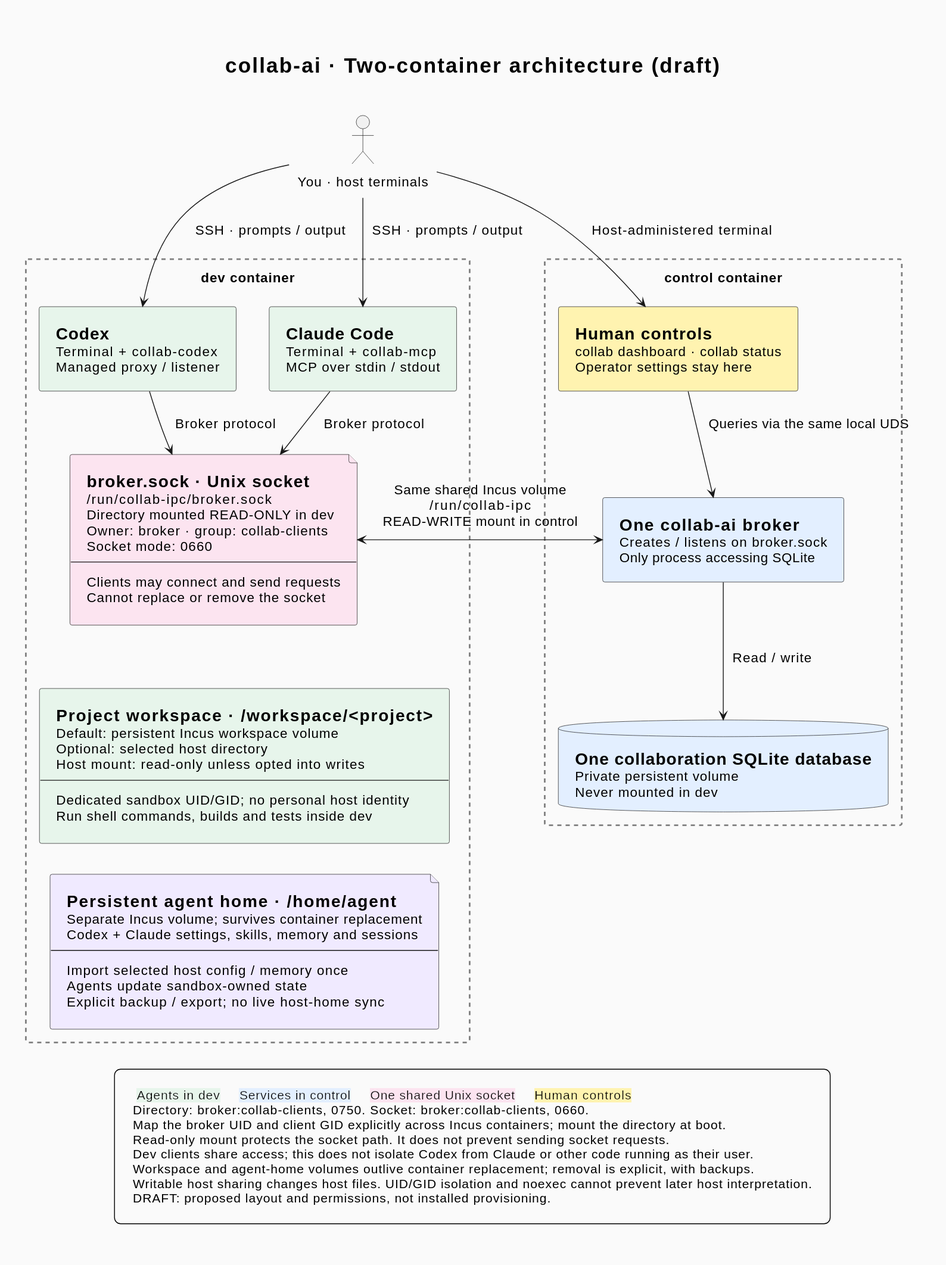
This is docs/assets/architecture.svg from makarski/collab-ai, a PlantUML export, as it was before one commit. Its source is kept beside it as docs/assets/architecture.puml.
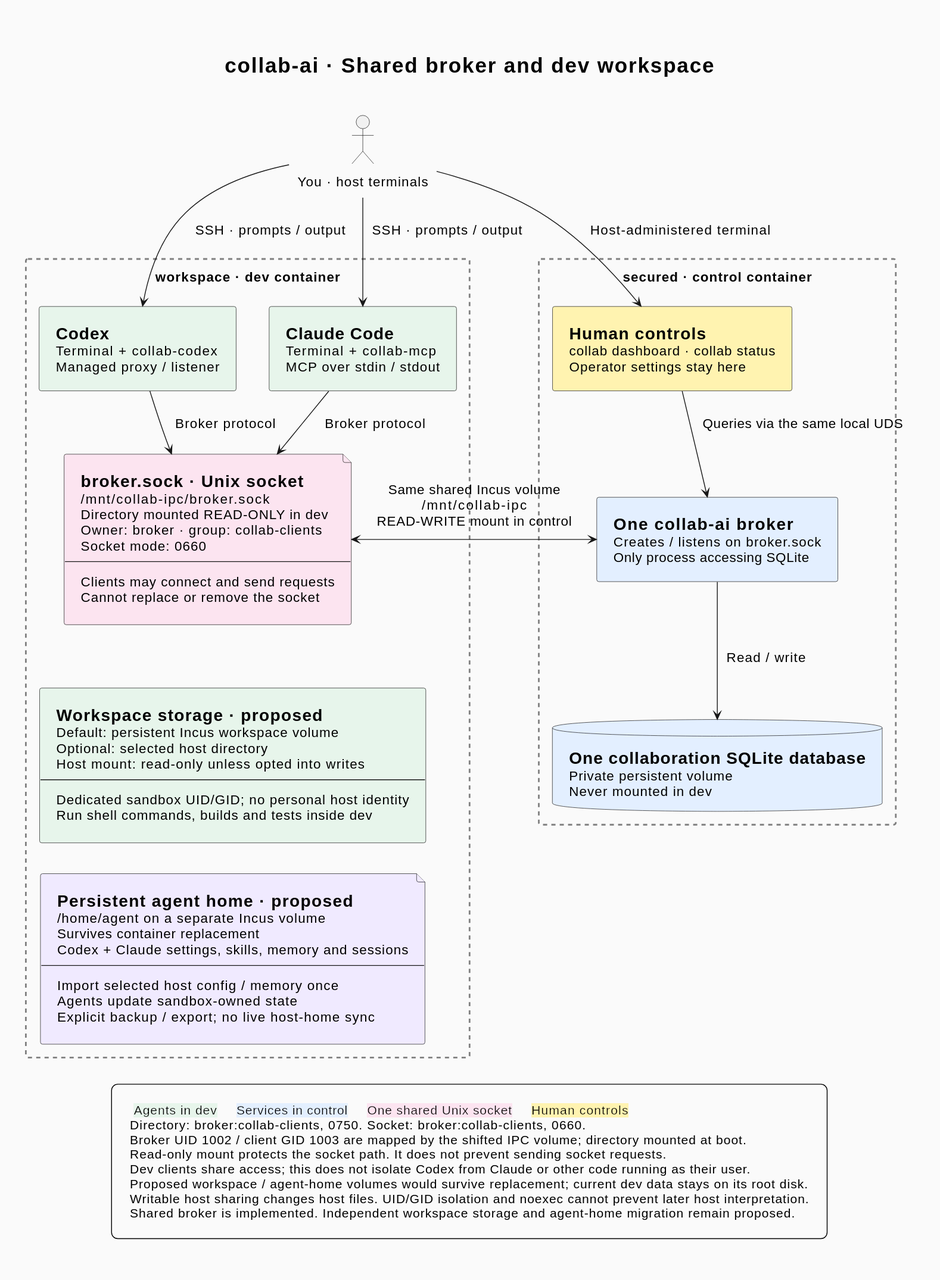
Above is the later version.

What changed in the source:
```diff
@@ -1,6 +1,6 @@
 @startuml architecture
 
-title collab-ai · Two-container architecture (draft)
+title collab-ai · Shared broker and dev workspace
 
 <style>
 title {
@@ -49,15 +49,15 @@
 
 actor "You · host terminals" as Human
 
-rectangle "dev container" as Dev {
+rectangle "workspace · dev container" as Dev {
     component "=Codex\nTerminal + collab-codex\nManaged proxy / listener" as Codex <<Dev>>
     component "=Claude Code\nTerminal + collab-mcp\nMCP over stdin / stdout" as Claude <<Dev>>
-    component "=Project workspace · /workspace/<project>\nDefault: persistent Incus workspace volume\nOptional: selected host directory\nHost mount: read-only unless opted into writes\n--\nDedicated sandbox UID/GID; no personal host identity\nRun shell commands, builds and tests inside dev" as Project <<Dev>>
-    file "=Persistent agent home · /home/agent\nSeparate Incus volume; survives container replacement\nCodex + Claude settings, skills, memory and sessions\n--\nImport selected host config / memory once\nAgents update sandbox-owned state\nExplicit backup / export; no live host-home sync" as AgentHome <<Storage>>
-    file "=broker.sock · Unix socket\n/run/collab-ipc/broker.sock\nDirectory mounted READ-ONLY in dev\nOwner: broker · group: collab-clients\nSocket mode: 0660\n--\nClients may connect and send requests\nCannot replace or remove the socket" as Socket <<Socket>>
+    component "=Workspace storage · proposed\nDefault: persistent Incus workspace volume\nOptional: selected host directory\nHost mount: read-only unless opted into writes\n--\nDedicated sandbox UID/GID; no personal host identity\nRun shell commands, builds and tests inside dev" as Project <<Dev>>
+    file "=Persistent agent home · proposed\n/home/agent on a separate Incus volume\nSurvives container replacement\nCodex + Claude settings, skills, memory and sessions\n--\nImport selected host config / memory once\nAgents update sandbox-owned state\nExplicit backup / export; no live host-home sync" as AgentHome <<Storage>>
+    file "=broker.sock · Unix socket\n/mnt/collab-ipc/broker.sock\nDirectory mounted READ-ONLY in dev\nOwner: broker · group: collab-clients\nSocket mode: 0660\n--\nClients may connect and send requests\nCannot replace or remove the socket" as Socket <<Socket>>
 }
 
-rectangle "control container" as Control {
+rectangle "secured · control container" as Control {
     component "=Human controls\ncollab dashboard · collab status\nOperator settings stay here" as Dashboard <<HumanControl>>
     component "=One collab-ai broker\nCreates / listens on broker.sock\nOnly process accessing SQLite" as Broker <<Control>>
     database "=One collaboration SQLite database\nPrivate persistent volume\nNever mounted in dev" as DB <<Control>>
@@ -73,18 +73,18 @@
 Project -[hidden]down-> AgentHome
 
 Dashboard -down-> Broker : Queries via the same local UDS
-Broker <-left-> Socket : Same shared Incus volume\n/run/collab-ipc\nREAD-WRITE mount in control
+Broker <-left-> Socket : Same shared Incus volume\n/mnt/collab-ipc\nREAD-WRITE mount in control
 Broker -down-> DB : Read / write
 
 legend bottom
     <back:#e7f5eb> Agents in dev </back>   <back:#e3efff> Services in control </back>   <back:#fce4f0> One shared Unix socket </back>   <back:#fff3b0> Human controls </back>
     Directory: broker:collab-clients, 0750. Socket: broker:collab-clients, 0660.
-    Map the broker UID and client GID explicitly across Incus containers; mount the directory at boot.
+    Broker UID 1002 / client GID 1003 are mapped by the shifted IPC volume; directory mounted at boot.
     Read-only mount protects the socket path. It does not prevent sending socket requests.
     Dev clients share access; this does not isolate Codex from Claude or other code running as their user.
-    Workspace and agent-home volumes outlive container replacement; removal is explicit, with backups.
+    Proposed workspace / agent-home volumes would survive replacement; current dev data stays on its root disk.
     Writable host sharing changes host files. UID/GID isolation and noexec cannot prevent later host interpretation.
-    DRAFT: proposed layout and permissions, not installed provisioning.
+    Shared broker is implemented. Independent workspace storage and agent-home migration remain proposed.
 endlegend
 
 @enduml
```
